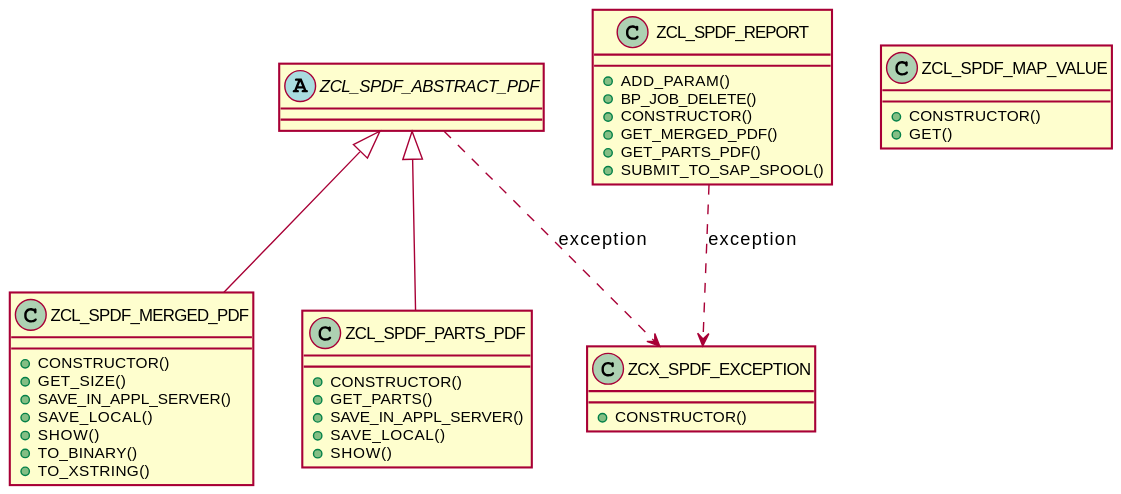
The PlantUML diagram docs/img/Class Diagram.svg in victorizbitskiy/zspool_pdf, before a commit. Source of this version:
```plantuml
@startuml
skinparam shadowing false
set namespaceSeparator ::
abstract class ZCL_SPDF_ABSTRACT_PDF {
}
ZCL_SPDF_ABSTRACT_PDF ..> ZCX_SPDF_EXCEPTION  : exception

class ZCL_SPDF_MAP_VALUE {
+ CONSTRUCTOR()
+ GET()
}

class ZCL_SPDF_MERGED_PDF {
+ CONSTRUCTOR()
+ GET_SIZE()
+ SAVE_IN_APPL_SERVER()
+ SAVE_LOCAL()
+ SHOW()
+ TO_BINARY()
+ TO_XSTRING()
}
ZCL_SPDF_ABSTRACT_PDF <|-- ZCL_SPDF_MERGED_PDF

class ZCL_SPDF_PARTS_PDF {
+ CONSTRUCTOR()
+ GET_PARTS()
+ SAVE_IN_APPL_SERVER()
+ SAVE_LOCAL()
+ SHOW()
}
ZCL_SPDF_ABSTRACT_PDF <|-- ZCL_SPDF_PARTS_PDF

class ZCL_SPDF_REPORT {
+ ADD_PARAM()
+ BP_JOB_DELETE()
+ CONSTRUCTOR()
+ GET_MERGED_PDF()
+ GET_PARTS_PDF()
+ SUBMIT_TO_SAP_SPOOL()
}
ZCL_SPDF_REPORT ..> ZCX_SPDF_EXCEPTION  : exception

class ZCX_SPDF_EXCEPTION {
+ CONSTRUCTOR()
}
@enduml
```
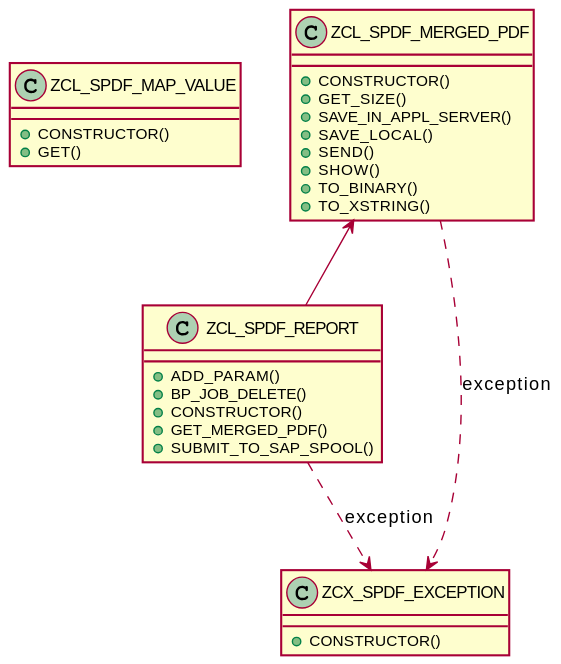
The same diagram one commit later.

Diff of the diagram source:
```diff
@@ -1,10 +1,6 @@
 @startuml
 skinparam shadowing false
 set namespaceSeparator ::
-abstract class ZCL_SPDF_ABSTRACT_PDF {
-}
-ZCL_SPDF_ABSTRACT_PDF ..> ZCX_SPDF_EXCEPTION  : exception
-
 class ZCL_SPDF_MAP_VALUE {
 + CONSTRUCTOR()
 + GET()
@@ -15,27 +11,19 @@
 + GET_SIZE()
 + SAVE_IN_APPL_SERVER()
 + SAVE_LOCAL()
++ SEND()
 + SHOW()
 + TO_BINARY()
 + TO_XSTRING()
 }
-ZCL_SPDF_ABSTRACT_PDF <|-- ZCL_SPDF_MERGED_PDF
-
-class ZCL_SPDF_PARTS_PDF {
-+ CONSTRUCTOR()
-+ GET_PARTS()
-+ SAVE_IN_APPL_SERVER()
-+ SAVE_LOCAL()
-+ SHOW()
-}
-ZCL_SPDF_ABSTRACT_PDF <|-- ZCL_SPDF_PARTS_PDF
+ZCL_SPDF_MERGED_PDF <-- ZCL_SPDF_REPORT
+ZCL_SPDF_MERGED_PDF ..> ZCX_SPDF_EXCEPTION  : exception
 
 class ZCL_SPDF_REPORT {
 + ADD_PARAM()
 + BP_JOB_DELETE()
 + CONSTRUCTOR()
 + GET_MERGED_PDF()
-+ GET_PARTS_PDF()
 + SUBMIT_TO_SAP_SPOOL()
 }
 ZCL_SPDF_REPORT ..> ZCX_SPDF_EXCEPTION  : exception
```
